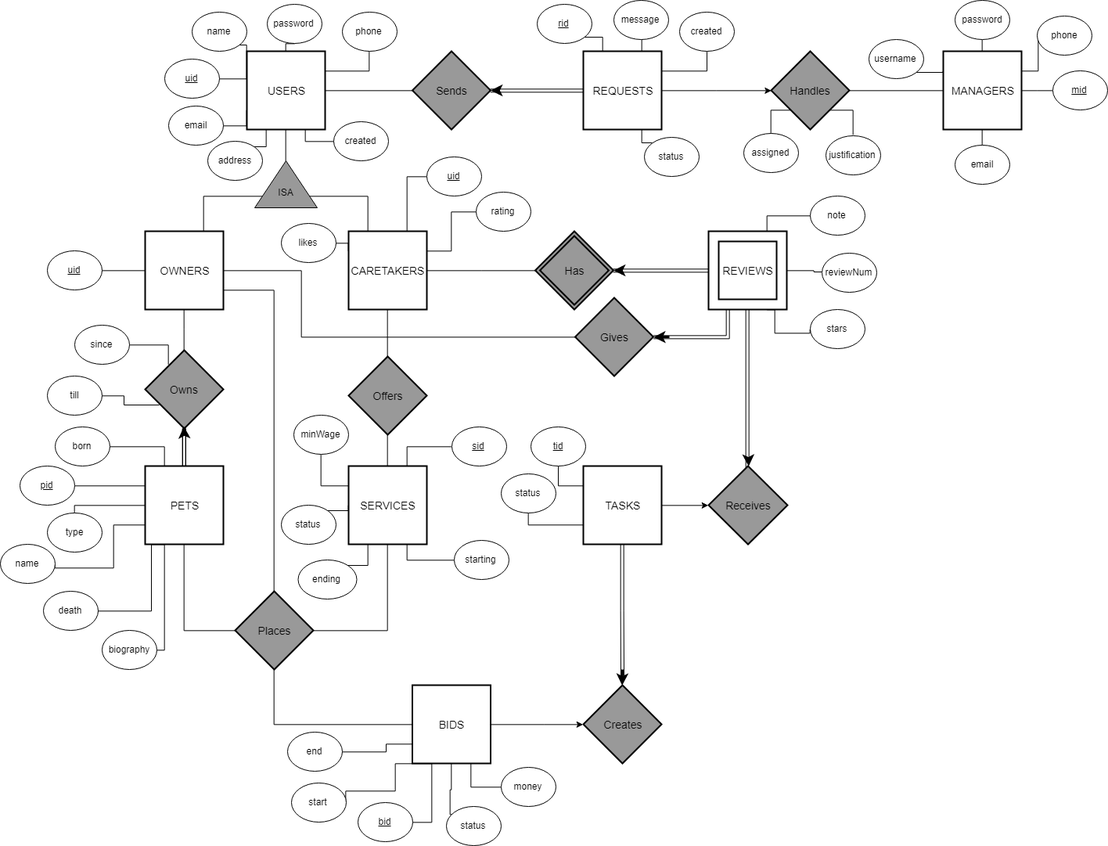
Above: database/PetCaretaker_ERModel.png in cs2102team60petcare/server (draw.io), before the change. Source tidied: cells renumbered, new cells last; positions are measured from the earlier drawing's top-left corner, leaving out a move shared by most shapes.
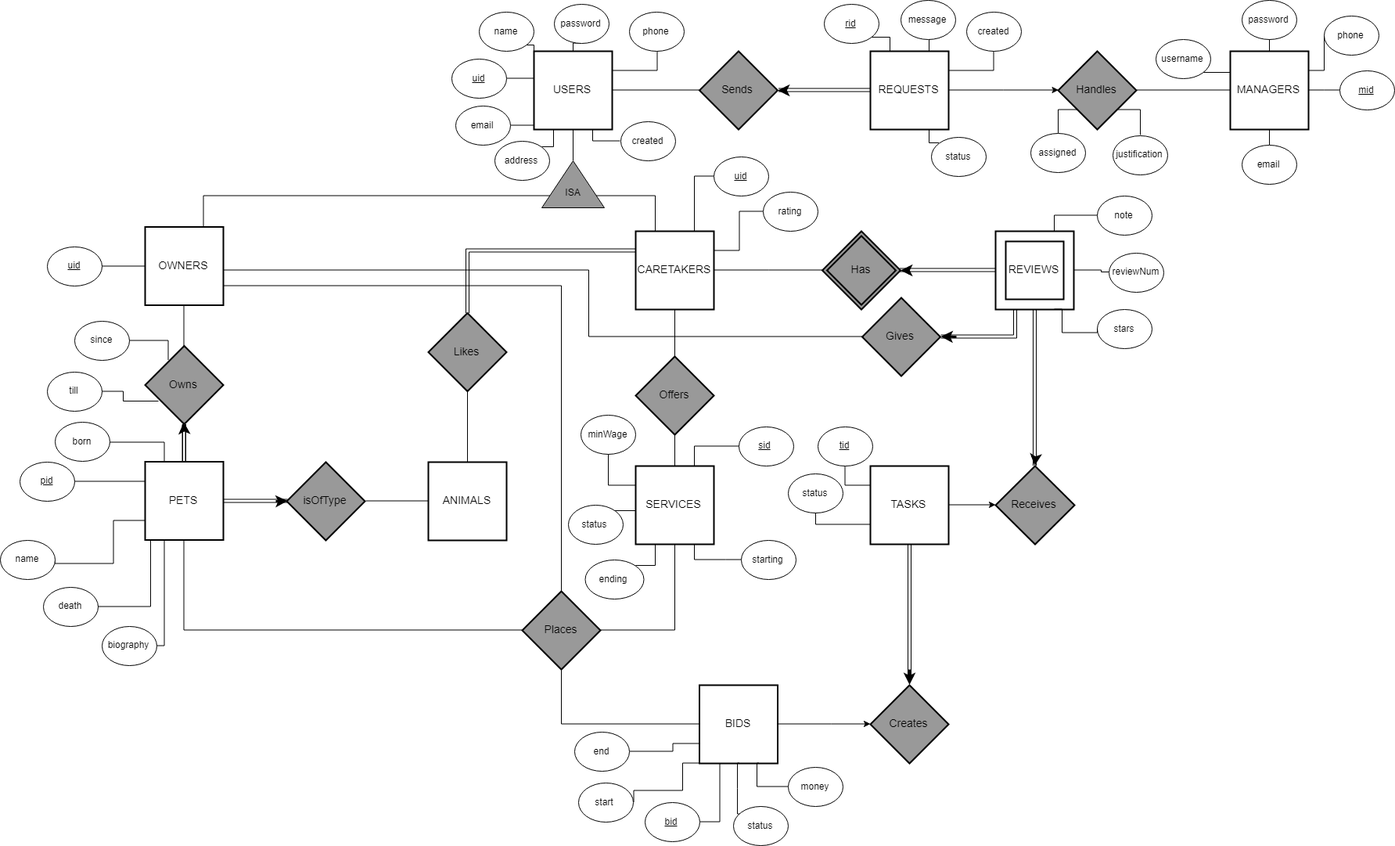
The same diagram one commit later.

Commit message:
Add Likes, Animals and IsOfType to Schema

Change to the diagram source:
```diff
@@ -29,6 +29,9 @@
     <mxCell id="10" style="edgeStyle=orthogonalEdgeStyle;rounded=0;comic=0;jettySize=auto;html=1;exitX=1;exitY=0.5;exitDx=0;exitDy=0;endArrow=none;endFill=0;" parent="1" edge="1" source="11" target="3">
       <mxGeometry relative="1" as="geometry" />
     </mxCell>
+    <mxCell id="144" style="edgeStyle=orthogonalEdgeStyle;rounded=0;jettySize=auto;html=1;exitX=0;exitY=0.25;exitDx=0;exitDy=0;entryX=0.5;entryY=0;entryDx=0;entryDy=0;shape=link;" parent="1" edge="1" source="11" target="150">
+      <mxGeometry relative="1" as="geometry" />
+    </mxCell>
     <mxCell id="11" value="CARETAKERS" style="strokeWidth=2;whiteSpace=wrap;html=1;align=center;fontSize=14;shadow=0;" parent="1" vertex="1">
       <mxGeometry x="445" y="295" width="100" height="100" as="geometry" />
     </mxCell>
@@ -50,7 +53,7 @@
       </mxGeometry>
     </mxCell>
     <mxCell id="16" value="OWNERS" style="strokeWidth=2;whiteSpace=wrap;html=1;align=center;fontSize=14;shadow=0;" parent="1" vertex="1">
-      <mxGeometry x="185" y="295" width="100" height="100" as="geometry" />
+      <mxGeometry x="-182" y="289.5" width="100" height="100" as="geometry" />
     </mxCell>
     <mxCell id="17" style="edgeStyle=orthogonalEdgeStyle;shape=link;rounded=0;comic=0;jettySize=auto;html=1;strokeColor=none;" parent="1" edge="1" source="21" target="35">
       <mxGeometry relative="1" as="geometry" />
@@ -64,8 +67,11 @@
     <mxCell id="20" style="edgeStyle=orthogonalEdgeStyle;shape=link;rounded=0;comic=0;jettySize=auto;html=1;endArrow=block;endFill=0;" parent="1" edge="1" source="21" target="35">
       <mxGeometry relative="1" as="geometry" />
     </mxCell>
+    <mxCell id="145" style="edgeStyle=orthogonalEdgeStyle;rounded=0;jettySize=auto;html=1;exitX=1;exitY=0.5;exitDx=0;exitDy=0;entryX=0;entryY=0.5;entryDx=0;entryDy=0;endArrow=none;endFill=0;shape=link;" parent="1" edge="1" source="21" target="148">
+      <mxGeometry relative="1" as="geometry" />
+    </mxCell>
     <mxCell id="21" value="PETS" style="strokeWidth=2;whiteSpace=wrap;html=1;align=center;fontSize=14;shadow=0;" parent="1" vertex="1">
-      <mxGeometry x="185" y="595" width="100" height="100" as="geometry" />
+      <mxGeometry x="-182" y="589.5" width="100" height="100" as="geometry" />
     </mxCell>
     <mxCell id="22" value="SERVICES" style="strokeWidth=2;whiteSpace=wrap;html=1;align=center;fontSize=14;shadow=0;" parent="1" vertex="1">
       <mxGeometry x="445" y="595" width="100" height="100" as="geometry" />
@@ -119,7 +125,7 @@
       <mxGeometry x="745" y="595" width="100" height="100" as="geometry" />
     </mxCell>
     <mxCell id="35" value="Owns" style="shape=rhombus;strokeWidth=2;fontSize=17;perimeter=rhombusPerimeter;whiteSpace=wrap;html=1;align=center;fontSize=14;shadow=0;fillColor=#999999;" parent="1" vertex="1">
-      <mxGeometry x="185" y="447" width="100" height="100" as="geometry" />
+      <mxGeometry x="-182" y="441.5" width="100" height="100" as="geometry" />
     </mxCell>
     <mxCell id="36" value="Sends" style="shape=rhombus;strokeWidth=2;fontSize=17;perimeter=rhombusPerimeter;whiteSpace=wrap;html=1;align=center;fontSize=14;shadow=0;fillColor=#999999;" parent="1" vertex="1">
       <mxGeometry x="526.5" y="65" width="100" height="100" as="geometry" />
@@ -166,8 +172,8 @@
     </mxCell>
     <mxCell id="49" style="endArrow=classic;html=1;strokeWidth=3;" parent="1" edge="1">
       <mxGeometry relative="1" as="geometry">
-        <mxPoint x="235" y="555" as="sourcePoint" />
-        <mxPoint x="234.5" y="544.5" as="targetPoint" />
+        <mxPoint x="-132" y="549.5" as="sourcePoint" />
+        <mxPoint x="-132.5" y="539" as="targetPoint" />
       </mxGeometry>
     </mxCell>
     <mxCell id="50" style="endArrow=classic;html=1;strokeWidth=3;entryX=0.5;entryY=0;entryDx=0;entryDy=0;" parent="1" edge="1" target="44">
@@ -267,7 +273,7 @@
       <mxGeometry relative="1" as="geometry" />
     </mxCell>
     <mxCell id="78" value="&lt;u&gt;uid&lt;/u&gt;" style="ellipse;whiteSpace=wrap;html=1;shadow=0;" parent="1" vertex="1">
-      <mxGeometry x="60" y="320" width="70" height="50" as="geometry" />
+      <mxGeometry x="-307" y="314.5" width="70" height="50" as="geometry" />
     </mxCell>
     <mxCell id="79" style="edgeStyle=orthogonalEdgeStyle;rounded=0;comic=0;jettySize=auto;html=1;exitX=0;exitY=0.5;exitDx=0;exitDy=0;entryX=0.75;entryY=0;entryDx=0;entryDy=0;endArrow=none;endFill=0;" parent="1" edge="1" source="80" target="11">
       <mxGeometry relative="1" as="geometry">
@@ -285,72 +291,56 @@
     <mxCell id="82" value="rating" style="ellipse;whiteSpace=wrap;html=1;shadow=0;" parent="1" vertex="1">
       <mxGeometry x="608" y="245" width="70" height="50" as="geometry" />
     </mxCell>
-    <mxCell id="83" style="edgeStyle=orthogonalEdgeStyle;rounded=0;comic=0;jettySize=auto;html=1;exitX=1;exitY=0.5;exitDx=0;exitDy=0;entryX=0;entryY=0.25;entryDx=0;entryDy=0;endArrow=none;endFill=0;" parent="1" edge="1" source="84" target="11">
-      <mxGeometry relative="1" as="geometry" />
-    </mxCell>
-    <mxCell id="84" value="likes" style="ellipse;whiteSpace=wrap;html=1;shadow=0;" parent="1" vertex="1">
-      <mxGeometry x="358.5" y="285" width="70" height="50" as="geometry" />
-    </mxCell>
     <mxCell id="85" style="edgeStyle=orthogonalEdgeStyle;rounded=0;comic=0;jettySize=auto;html=1;exitX=1;exitY=0.5;exitDx=0;exitDy=0;entryX=0;entryY=0.25;entryDx=0;entryDy=0;endArrow=none;endFill=0;" parent="1" edge="1" source="86" target="21">
       <mxGeometry relative="1" as="geometry" />
     </mxCell>
     <mxCell id="86" value="&lt;u&gt;pid&lt;/u&gt;" style="ellipse;whiteSpace=wrap;html=1;shadow=0;" parent="1" vertex="1">
-      <mxGeometry x="25" y="595" width="70" height="50" as="geometry" />
+      <mxGeometry x="-342" y="589.5" width="70" height="50" as="geometry" />
     </mxCell>
     <mxCell id="87" style="edgeStyle=orthogonalEdgeStyle;rounded=0;comic=0;jettySize=auto;html=1;exitX=1;exitY=0.5;exitDx=0;exitDy=0;entryX=0.25;entryY=0;entryDx=0;entryDy=0;endArrow=none;endFill=0;" parent="1" edge="1" source="88" target="21">
       <mxGeometry relative="1" as="geometry" />
     </mxCell>
     <mxCell id="88" value="born" style="ellipse;whiteSpace=wrap;html=1;shadow=0;" parent="1" vertex="1">
-      <mxGeometry x="70" y="544.5" width="70" height="50" as="geometry" />
+      <mxGeometry x="-297" y="539" width="70" height="50" as="geometry" />
     </mxCell>
-    <mxCell id="89" style="edgeStyle=orthogonalEdgeStyle;rounded=0;comic=0;jettySize=auto;html=1;exitX=0.5;exitY=0;exitDx=0;exitDy=0;entryX=0;entryY=0.5;entryDx=0;entryDy=0;endArrow=none;endFill=0;" parent="1" edge="1" source="90" target="21">
-      <mxGeometry relative="1" as="geometry">
-        <Array as="points">
-          <mxPoint x="95" y="645" />
-        </Array>
-      </mxGeometry>
-    </mxCell>
-    <mxCell id="90" value="type" style="ellipse;whiteSpace=wrap;html=1;shadow=0;" parent="1" vertex="1">
-      <mxGeometry x="60" y="655" width="70" height="50" as="geometry" />
-    </mxCell>
     <mxCell id="91" style="edgeStyle=orthogonalEdgeStyle;rounded=0;comic=0;jettySize=auto;html=1;exitX=1;exitY=0.5;exitDx=0;exitDy=0;entryX=0.25;entryY=1;entryDx=0;entryDy=0;endArrow=none;endFill=0;" parent="1" edge="1" source="92" target="21">
       <mxGeometry relative="1" as="geometry">
         <Array as="points">
-          <mxPoint x="210" y="830" />
+          <mxPoint x="-157" y="824.5" />
         </Array>
       </mxGeometry>
     </mxCell>
     <mxCell id="92" value="biography" style="ellipse;whiteSpace=wrap;html=1;shadow=0;" parent="1" vertex="1">
-      <mxGeometry x="130" y="805" width="70" height="50" as="geometry" />
+      <mxGeometry x="-237" y="799.5" width="70" height="50" as="geometry" />
     </mxCell>
     <mxCell id="93" style="edgeStyle=orthogonalEdgeStyle;rounded=0;comic=0;jettySize=auto;html=1;exitX=1;exitY=0.5;exitDx=0;exitDy=0;entryX=0;entryY=0.75;entryDx=0;entryDy=0;endArrow=none;endFill=0;" parent="1" edge="1" source="94" target="21">
       <mxGeometry relative="1" as="geometry">
         <Array as="points">
-          <mxPoint x="70" y="725" />
-          <mxPoint x="145" y="725" />
-          <mxPoint x="145" y="670" />
+          <mxPoint x="-297" y="719.5" />
+          <mxPoint x="-222" y="719.5" />
+          <mxPoint x="-222" y="664.5" />
         </Array>
       </mxGeometry>
     </mxCell>
     <mxCell id="94" value="name" style="ellipse;whiteSpace=wrap;html=1;shadow=0;" parent="1" vertex="1">
-      <mxGeometry y="695" width="70" height="50" as="geometry" />
+      <mxGeometry x="-367" y="689.5" width="70" height="50" as="geometry" />
     </mxCell>
     <mxCell id="95" style="edgeStyle=orthogonalEdgeStyle;rounded=0;comic=0;jettySize=auto;html=1;exitX=1;exitY=0.5;exitDx=0;exitDy=0;endArrow=none;endFill=0;" parent="1" edge="1" source="96">
       <mxGeometry relative="1" as="geometry">
-        <mxPoint x="215" y="465" as="targetPoint" />
+        <mxPoint x="-152" y="459.5" as="targetPoint" />
         <Array as="points">
-          <mxPoint x="215" y="440" />
+          <mxPoint x="-152" y="434.5" />
         </Array>
       </mxGeometry>
     </mxCell>
     <mxCell id="96" value="since" style="ellipse;whiteSpace=wrap;html=1;shadow=0;" parent="1" vertex="1">
-      <mxGeometry x="95" y="415" width="70" height="50" as="geometry" />
+      <mxGeometry x="-272" y="409.5" width="70" height="50" as="geometry" />
     </mxCell>
     <mxCell id="97" style="edgeStyle=orthogonalEdgeStyle;rounded=0;comic=0;jettySize=auto;html=1;exitX=1;exitY=0.5;exitDx=0;exitDy=0;entryX=0.175;entryY=0.701;entryDx=0;entryDy=0;endArrow=none;endFill=0;entryPerimeter=0;" parent="1" edge="1" source="98" target="35">
       <mxGeometry relative="1" as="geometry" />
     </mxCell>
     <mxCell id="98" value="till" style="ellipse;whiteSpace=wrap;html=1;shadow=0;" parent="1" vertex="1">
-      <mxGeometry x="60" y="480" width="70" height="50" as="geometry" />
+      <mxGeometry x="-307" y="474.5" width="70" height="50" as="geometry" />
     </mxCell>
     <mxCell id="99" style="edgeStyle=orthogonalEdgeStyle;rounded=0;comic=0;jettySize=auto;html=1;exitX=0;exitY=1;exitDx=0;exitDy=0;entryX=0.75;entryY=0;entryDx=0;entryDy=0;endArrow=none;endFill=0;" parent="1" edge="1" source="100" target="25">
       <mxGeometry relative="1" as="geometry" />
@@ -518,13 +508,13 @@
       </mxGeometry>
     </mxCell>
     <mxCell id="139" value="death" style="ellipse;whiteSpace=wrap;html=1;shadow=0;" parent="1" vertex="1">
-      <mxGeometry x="55" y="755" width="70" height="50" as="geometry" />
+      <mxGeometry x="-312" y="749.5" width="70" height="50" as="geometry" />
     </mxCell>
     <mxCell id="140" style="edgeStyle=orthogonalEdgeStyle;rounded=0;comic=0;jettySize=auto;html=1;exitX=1;exitY=0.5;exitDx=0;exitDy=0;entryX=0.25;entryY=1;entryDx=0;entryDy=0;endArrow=none;endFill=0;" parent="1" edge="1" source="139" target="21">
       <mxGeometry relative="1" as="geometry">
         <Array as="points">
-          <mxPoint x="193" y="780" />
-          <mxPoint x="193" y="695" />
+          <mxPoint x="-174" y="774.5" />
+          <mxPoint x="-174" y="689.5" />
         </Array>
       </mxGeometry>
     </mxCell>
@@ -542,5 +532,25 @@
     <mxCell id="143" value="end" style="ellipse;whiteSpace=wrap;html=1;shadow=0;" parent="1" vertex="1">
       <mxGeometry x="367" y="935" width="70" height="50" as="geometry" />
     </mxCell>
+    <mxCell id="146" value="ANIMALS" style="strokeWidth=2;whiteSpace=wrap;html=1;align=center;fontSize=14;shadow=0;" parent="1" vertex="1">
+      <mxGeometry x="180" y="590" width="100" height="100" as="geometry" />
+    </mxCell>
+    <mxCell id="147" style="edgeStyle=orthogonalEdgeStyle;rounded=0;jettySize=auto;html=1;exitX=1;exitY=0.5;exitDx=0;exitDy=0;entryX=0;entryY=0.5;entryDx=0;entryDy=0;endArrow=none;endFill=0;" parent="1" edge="1" source="148" target="146">
+      <mxGeometry relative="1" as="geometry" />
+    </mxCell>
+    <mxCell id="148" value="isOfType" style="shape=rhombus;strokeWidth=2;fontSize=17;perimeter=rhombusPerimeter;whiteSpace=wrap;html=1;align=center;fontSize=14;shadow=0;fillColor=#999999;" parent="1" vertex="1">
+      <mxGeometry x="-1" y="590" width="100" height="100" as="geometry" />
+    </mxCell>
+    <mxCell id="149" style="edgeStyle=orthogonalEdgeStyle;rounded=0;jettySize=auto;html=1;exitX=0.5;exitY=1;exitDx=0;exitDy=0;endArrow=none;endFill=0;" parent="1" edge="1" source="150" target="146">
+      <mxGeometry relative="1" as="geometry" />
+    </mxCell>
+    <mxCell id="150" value="Likes" style="shape=rhombus;strokeWidth=2;fontSize=17;perimeter=rhombusPerimeter;whiteSpace=wrap;html=1;align=center;fontSize=14;shadow=0;fillColor=#999999;" parent="1" vertex="1">
+      <mxGeometry x="180" y="399.5" width="100" height="100" as="geometry" />
+    </mxCell>
+    <mxCell id="151" style="endArrow=classic;html=1;strokeWidth=3;entryX=0;entryY=0.5;entryDx=0;entryDy=0;" parent="1" edge="1" target="148">
+      <mxGeometry relative="1" as="geometry">
+        <mxPoint x="-15" y="640" as="sourcePoint" />
+      </mxGeometry>
+    </mxCell>
   </root>
 </mxGraphModel>
```
